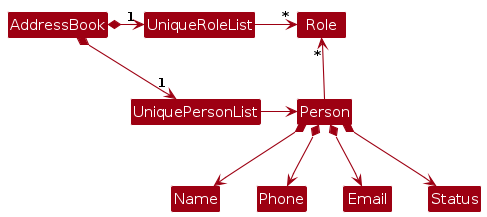
Above: diagrams/BetterModelClassDiagram.png in AY2526S2-CS2103T-T10-3/tp (PlantUML), before the change. Its source is kept beside it as diagrams/BetterModelClassDiagram.puml.
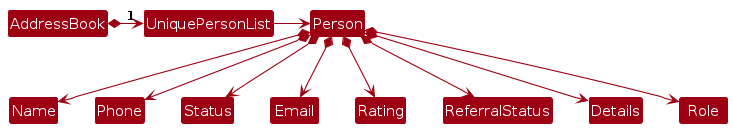
After the change.

Diff of the diagram source:
```diff
@@ -5,17 +5,16 @@
 skinparam classBackgroundColor MODEL_COLOR
 
 AddressBook *-right-> "1" UniquePersonList
-AddressBook *-right-> "1" UniqueRoleList
-UniqueRoleList -[hidden]down- UniquePersonList
-UniqueRoleList -[hidden]down- UniquePersonList
 
-UniqueRoleList -right-> "*" Role
 UniquePersonList -right-> Person
 
-Person -up-> "*" Role
 
 Person *--> Name
 Person *--> Phone
+Person *--> Status
 Person *--> Email
-Person *--> Status
+Person *--> Rating
+Person *--> ReferralStatus
+Person *--> Details
+Person *--> Role
 @enduml
```
